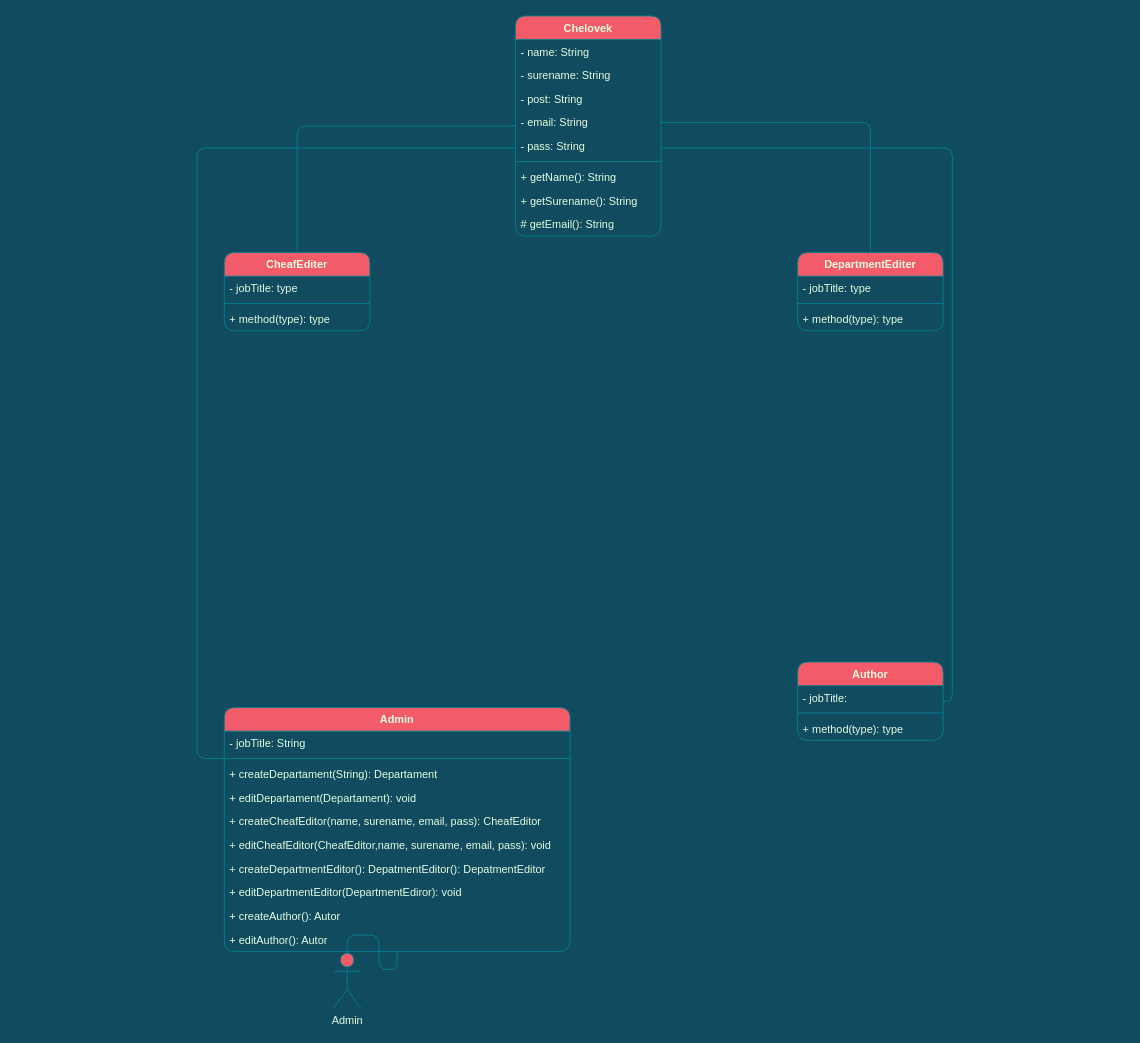
mesor21/cursovaya-web-site keeps this draw.io diagram as page "Page-2" (2 of 2) of Kursovaya_UML.drawio. Above is the earlier version. Source tidied: cells renumbered, new cells numbered last; positions are measured from the earlier drawing's top-left corner, leaving out a move shared by most shapes. Both pictures are drawn from the tidied source at 91%, with x=0, y=0 at pixel (197, 15).
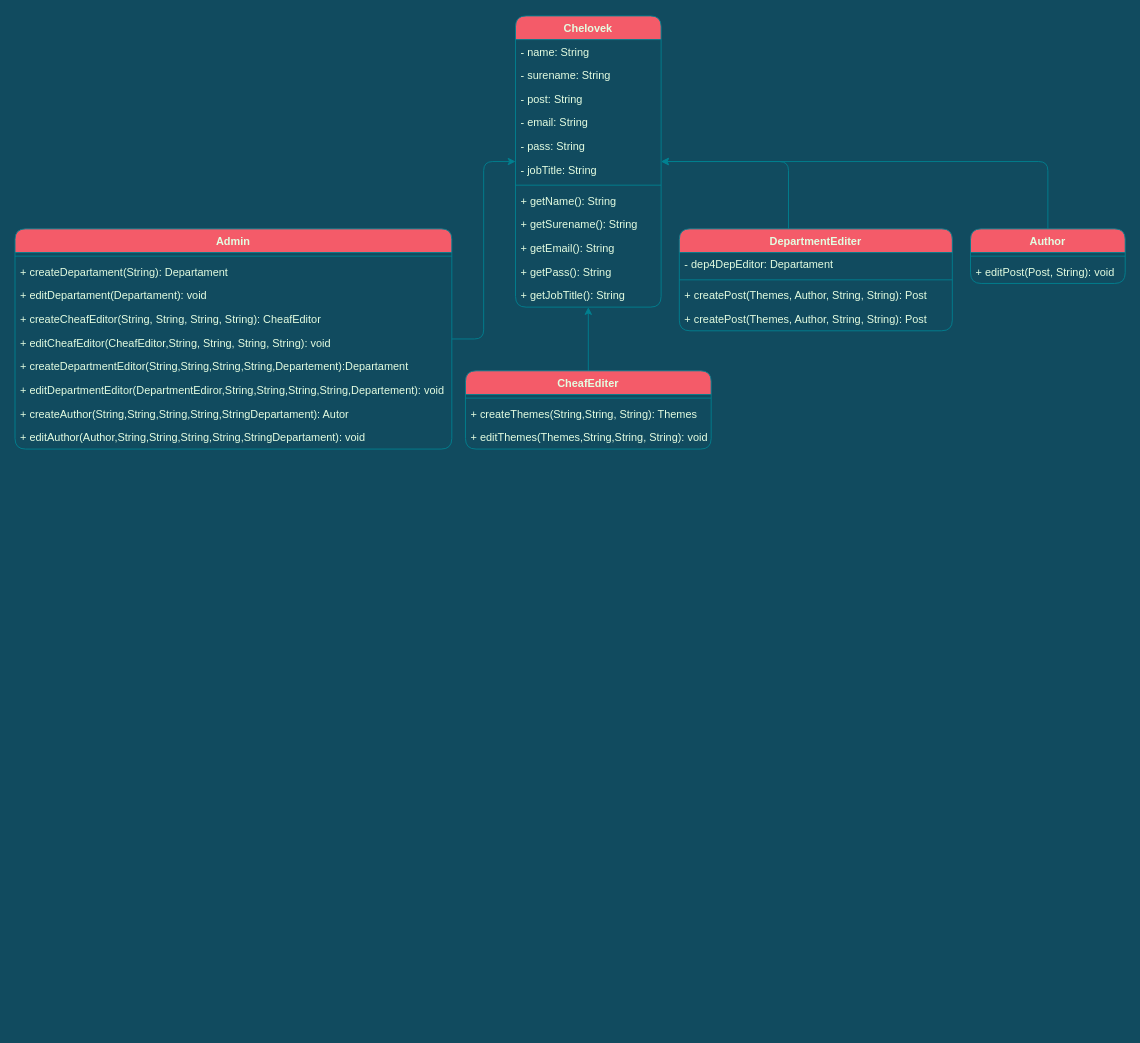
After the change.

The change refers to these unchanged cells:
```xml
<mxCell id="34" value="- email: String" style="text;strokeColor=none;fillColor=none;align=left;verticalAlign=top;spacingLeft=4;spacingRight=4;overflow=hidden;points=[[0,0.5],[1,0.5]];portConstraint=eastwest;rounded=1;fontColor=#E4FDE1;" parent="30" vertex="1">
  <mxGeometry y="104" width="160" height="26" as="geometry" />
</mxCell>
```

What changed in the source:
```diff
@@
-    <mxCell id="2" style="edgeStyle=orthogonalEdgeStyle;rounded=1;jettySize=auto;html=1;strokeColor=#028090;fontColor=#E4FDE1;endArrow=none;endFill=0;fillColor=#F45B69;" parent="1" edge="1" source="3" target="4">
-      <mxGeometry relative="1" as="geometry" />
-    </mxCell>
-    <mxCell id="3" value="Admin" style="shape=umlActor;verticalLabelPosition=bottom;verticalAlign=top;html=1;fillColor=#F45B69;strokeColor=#028090;fontColor=#E4FDE1;rounded=1;" parent="1" vertex="1">
-      <mxGeometry x="150" y="1030" width="30" height="60" as="geometry" />
-    </mxCell>
+    <mxCell id="41" style="edgeStyle=orthogonalEdgeStyle;rounded=1;jettySize=auto;html=1;strokeColor=#028090;fontColor=#E4FDE1;startArrow=none;startFill=0;endArrow=classic;endFill=1;fillColor=#F45B69;" parent="1" edge="1" source="4" target="30">
+      <mxGeometry relative="1" as="geometry" />
+    </mxCell>
     <mxCell id="4" value="Admin" style="swimlane;fontStyle=1;align=center;verticalAlign=top;horizontal=1;startSize=26;rounded=1;strokeColor=#028090;fontColor=#E4FDE1;fillColor=#F45B69;" parent="1" vertex="1">
-      <mxGeometry x="30" y="760" width="380" height="268" as="geometry" />
+      <mxGeometry x="-200" y="234" width="480" height="242" as="geometry" />
     </mxCell>
-    <mxCell id="5" value="- jobTitle: String" style="text;strokeColor=none;fillColor=none;align=left;verticalAlign=top;spacingLeft=4;spacingRight=4;overflow=hidden;rounded=1;fontColor=#E4FDE1;" parent="4" vertex="1">
-      <mxGeometry y="26" width="380" height="26" as="geometry" />
-    </mxCell>
     <mxCell id="6" style="line;strokeWidth=1;fillColor=none;align=left;verticalAlign=middle;spacingTop=-1;spacingLeft=3;spacingRight=3;labelPosition=right;strokeColor=inherit;rounded=1;fontColor=#E4FDE1;" parent="4" vertex="1">
-      <mxGeometry y="52" width="380" height="8" as="geometry" />
+      <mxGeometry y="26" width="480" height="8" as="geometry" />
     </mxCell>
     <mxCell id="7" value="+ createDepartament(String): Departament" style="text;strokeColor=none;fillColor=none;align=left;verticalAlign=top;spacingLeft=4;spacingRight=4;overflow=hidden;rounded=1;fontColor=#E4FDE1;fontStyle=0;" parent="4" vertex="1">
-      <mxGeometry y="60" width="380" height="26" as="geometry" />
+      <mxGeometry y="34" width="480" height="26" as="geometry" />
     </mxCell>
     <mxCell id="8" value="+ editDepartament(Departament): void" style="text;strokeColor=none;fillColor=none;align=left;verticalAlign=top;spacingLeft=4;spacingRight=4;overflow=hidden;rounded=1;fontColor=#E4FDE1;fontStyle=0;" parent="4" vertex="1">
-      <mxGeometry y="86" width="380" height="26" as="geometry" />
+      <mxGeometry y="60" width="480" height="26" as="geometry" />
     </mxCell>
-    <mxCell id="9" value="+ createCheafEditor(name, surename, email, pass): CheafEditor " style="text;strokeColor=none;fillColor=none;align=left;verticalAlign=top;spacingLeft=4;spacingRight=4;overflow=hidden;rounded=1;fontColor=#E4FDE1;fontStyle=0;" parent="4" vertex="1">
-      <mxGeometry y="112" width="380" height="26" as="geometry" />
+    <mxCell id="9" value="+ createCheafEditor(String, String, String, String): CheafEditor " style="text;strokeColor=none;fillColor=none;align=left;verticalAlign=top;spacingLeft=4;spacingRight=4;overflow=hidden;rounded=1;fontColor=#E4FDE1;fontStyle=0;" parent="4" vertex="1">
+      <mxGeometry y="86" width="480" height="26" as="geometry" />
     </mxCell>
-    <mxCell id="10" value="+ editCheafEditor(CheafEditor,name, surename, email, pass): void " style="text;strokeColor=none;fillColor=none;align=left;verticalAlign=top;spacingLeft=4;spacingRight=4;overflow=hidden;rounded=1;fontColor=#E4FDE1;fontStyle=0;" parent="4" vertex="1">
-      <mxGeometry y="138" width="380" height="26" as="geometry" />
+    <mxCell id="10" value="+ editCheafEditor(CheafEditor,String, String, String, String): void " style="text;strokeColor=none;fillColor=none;align=left;verticalAlign=top;spacingLeft=4;spacingRight=4;overflow=hidden;rounded=1;fontColor=#E4FDE1;fontStyle=0;" parent="4" vertex="1">
+      <mxGeometry y="112" width="480" height="26" as="geometry" />
     </mxCell>
-    <mxCell id="11" value="+ createDepartmentEditor(): DepatmentEditor(): DepatmentEditor" style="text;strokeColor=none;fillColor=none;align=left;verticalAlign=top;spacingLeft=4;spacingRight=4;overflow=hidden;rounded=1;fontColor=#E4FDE1;fontStyle=0;" parent="4" vertex="1">
-      <mxGeometry y="164" width="380" height="26" as="geometry" />
+    <mxCell id="11" value="+ createDepartmentEditor(String,String,String,String,Departement):Departament" style="text;strokeColor=none;fillColor=none;align=left;verticalAlign=top;spacingLeft=4;spacingRight=4;overflow=hidden;rounded=1;fontColor=#E4FDE1;fontStyle=0;" parent="4" vertex="1">
+      <mxGeometry y="138" width="480" height="26" as="geometry" />
     </mxCell>
-    <mxCell id="12" value="+ editDepartmentEditor(DepartmentEdiror): void " style="text;strokeColor=none;fillColor=none;align=left;verticalAlign=top;spacingLeft=4;spacingRight=4;overflow=hidden;rounded=1;fontColor=#E4FDE1;fontStyle=0;" parent="4" vertex="1">
-      <mxGeometry y="190" width="380" height="26" as="geometry" />
+    <mxCell id="12" value="+ editDepartmentEditor(DepartmentEdiror,String,String,String,String,Departement): void " style="text;strokeColor=none;fillColor=none;align=left;verticalAlign=top;spacingLeft=4;spacingRight=4;overflow=hidden;rounded=1;fontColor=#E4FDE1;fontStyle=0;" parent="4" vertex="1">
+      <mxGeometry y="164" width="480" height="26" as="geometry" />
     </mxCell>
-    <mxCell id="13" value="+ createAuthor(): Autor" style="text;strokeColor=none;fillColor=none;align=left;verticalAlign=top;spacingLeft=4;spacingRight=4;overflow=hidden;rounded=1;fontColor=#E4FDE1;fontStyle=0;" parent="4" vertex="1">
-      <mxGeometry y="216" width="380" height="26" as="geometry" />
+    <mxCell id="13" value="+ createAuthor(String,String,String,String,StringDepartament): Autor" style="text;strokeColor=none;fillColor=none;align=left;verticalAlign=top;spacingLeft=4;spacingRight=4;overflow=hidden;rounded=1;fontColor=#E4FDE1;fontStyle=0;" parent="4" vertex="1">
+      <mxGeometry y="190" width="480" height="26" as="geometry" />
     </mxCell>
-    <mxCell id="14" value="+ editAuthor(): Autor" style="text;strokeColor=none;fillColor=none;align=left;verticalAlign=top;spacingLeft=4;spacingRight=4;overflow=hidden;rounded=1;fontColor=#E4FDE1;fontStyle=0;" parent="4" vertex="1">
-      <mxGeometry y="242" width="380" height="26" as="geometry" />
+    <mxCell id="14" value="+ editAuthor(Author,String,String,String,String,StringDepartament): void" style="text;strokeColor=none;fillColor=none;align=left;verticalAlign=top;spacingLeft=4;spacingRight=4;overflow=hidden;rounded=1;fontColor=#E4FDE1;fontStyle=0;" parent="4" vertex="1">
+      <mxGeometry y="216" width="480" height="26" as="geometry" />
     </mxCell>
+    <mxCell id="42" style="edgeStyle=orthogonalEdgeStyle;rounded=1;jettySize=auto;html=1;strokeColor=#028090;fontColor=#E4FDE1;startArrow=none;startFill=0;endArrow=classic;endFill=1;fillColor=#F45B69;" parent="1" edge="1" source="15" target="30">
+      <mxGeometry relative="1" as="geometry" />
+    </mxCell>
     <mxCell id="15" value="CheafEditer" style="swimlane;fontStyle=1;align=center;verticalAlign=top;horizontal=1;startSize=26;rounded=1;strokeColor=#028090;fontColor=#E4FDE1;fillColor=#F45B69;" parent="1" vertex="1">
-      <mxGeometry x="30" y="260" width="160" height="86" as="geometry" />
+      <mxGeometry x="295" y="390" width="270" height="86" as="geometry" />
     </mxCell>
-    <mxCell id="16" value="- jobTitle: type" style="text;strokeColor=none;fillColor=none;align=left;verticalAlign=top;spacingLeft=4;spacingRight=4;overflow=hidden;rounded=1;fontColor=#E4FDE1;" parent="15" vertex="1">
-      <mxGeometry y="26" width="160" height="26" as="geometry" />
-    </mxCell>
     <mxCell id="17" style="line;strokeWidth=1;fillColor=none;align=left;verticalAlign=middle;spacingTop=-1;spacingLeft=3;spacingRight=3;labelPosition=right;strokeColor=inherit;rounded=1;fontColor=#E4FDE1;" parent="15" vertex="1">
-      <mxGeometry y="52" width="160" height="8" as="geometry" />
+      <mxGeometry y="26" width="270" height="8" as="geometry" />
     </mxCell>
-    <mxCell id="18" value="+ method(type): type" style="text;strokeColor=none;fillColor=none;align=left;verticalAlign=top;spacingLeft=4;spacingRight=4;overflow=hidden;rounded=1;fontColor=#E4FDE1;" parent="15" vertex="1">
-      <mxGeometry y="60" width="160" height="26" as="geometry" />
+    <mxCell id="18" value="+ createThemes(String,String, String): Themes" style="text;strokeColor=none;fillColor=none;align=left;verticalAlign=top;spacingLeft=4;spacingRight=4;overflow=hidden;rounded=1;fontColor=#E4FDE1;" parent="15" vertex="1">
+      <mxGeometry y="34" width="270" height="26" as="geometry" />
     </mxCell>
+    <mxCell id="43" value="+ editThemes(Themes,String,String, String): void" style="text;strokeColor=none;fillColor=none;align=left;verticalAlign=top;spacingLeft=4;spacingRight=4;overflow=hidden;rounded=1;fontColor=#E4FDE1;" parent="15" vertex="1">
+      <mxGeometry y="60" width="270" height="26" as="geometry" />
+    </mxCell>
+    <mxCell id="44" style="edgeStyle=orthogonalEdgeStyle;rounded=1;jettySize=auto;html=1;strokeColor=#028090;fontColor=#E4FDE1;startArrow=none;startFill=0;endArrow=classic;endFill=1;fillColor=#F45B69;" parent="1" edge="1" source="19" target="30">
+      <mxGeometry relative="1" as="geometry">
+        <Array as="points">
+          <mxPoint x="650" y="160" />
+        </Array>
+      </mxGeometry>
+    </mxCell>
     <mxCell id="19" value="DepartmentEditer" style="swimlane;fontStyle=1;align=center;verticalAlign=top;horizontal=1;startSize=26;rounded=1;strokeColor=#028090;fontColor=#E4FDE1;fillColor=#F45B69;" parent="1" vertex="1">
-      <mxGeometry x="660" y="260" width="160" height="86" as="geometry" />
+      <mxGeometry x="530" y="234" width="300" height="112" as="geometry" />
     </mxCell>
-    <mxCell id="20" value="- jobTitle: type" style="text;strokeColor=none;fillColor=none;align=left;verticalAlign=top;spacingLeft=4;spacingRight=4;overflow=hidden;rounded=1;fontColor=#E4FDE1;" parent="19" vertex="1">
-      <mxGeometry y="26" width="160" height="26" as="geometry" />
-    </mxCell>
+    <mxCell id="45" value="- dep4DepEditor: Departament" style="text;strokeColor=none;fillColor=none;align=left;verticalAlign=top;spacingLeft=4;spacingRight=4;overflow=hidden;rounded=1;fontColor=#E4FDE1;" parent="19" vertex="1">
+      <mxGeometry y="26" width="300" height="26" as="geometry" />
+    </mxCell>
     <mxCell id="21" style="line;strokeWidth=1;fillColor=none;align=left;verticalAlign=middle;spacingTop=-1;spacingLeft=3;spacingRight=3;labelPosition=right;strokeColor=inherit;rounded=1;fontColor=#E4FDE1;" parent="19" vertex="1">
-      <mxGeometry y="52" width="160" height="8" as="geometry" />
+      <mxGeometry y="52" width="300" height="8" as="geometry" />
     </mxCell>
-    <mxCell id="22" value="+ method(type): type" style="text;strokeColor=none;fillColor=none;align=left;verticalAlign=top;spacingLeft=4;spacingRight=4;overflow=hidden;rounded=1;fontColor=#E4FDE1;" parent="19" vertex="1">
-      <mxGeometry y="60" width="160" height="26" as="geometry" />
+    <mxCell id="22" value="+ createPost(Themes, Author, String, String): Post" style="text;strokeColor=none;fillColor=none;align=left;verticalAlign=top;spacingLeft=4;spacingRight=4;overflow=hidden;rounded=1;fontColor=#E4FDE1;" parent="19" vertex="1">
+      <mxGeometry y="60" width="300" height="26" as="geometry" />
     </mxCell>
+    <mxCell id="46" value="+ createPost(Themes, Author, String, String): Post" style="text;strokeColor=none;fillColor=none;align=left;verticalAlign=top;spacingLeft=4;spacingRight=4;overflow=hidden;rounded=1;fontColor=#E4FDE1;" parent="19" vertex="1">
+      <mxGeometry y="86" width="300" height="26" as="geometry" />
+    </mxCell>
+    <mxCell id="47" style="edgeStyle=orthogonalEdgeStyle;rounded=1;jettySize=auto;html=1;strokeColor=#028090;fontColor=#E4FDE1;startArrow=none;startFill=0;endArrow=classic;endFill=1;fillColor=#F45B69;" parent="1" edge="1" source="23" target="30">
+      <mxGeometry relative="1" as="geometry">
+        <Array as="points">
+          <mxPoint x="935" y="160" />
+        </Array>
+      </mxGeometry>
+    </mxCell>
     <mxCell id="23" value="Author" style="swimlane;fontStyle=1;align=center;verticalAlign=top;horizontal=1;startSize=26;rounded=1;strokeColor=#028090;fontColor=#E4FDE1;fillColor=#F45B69;" parent="1" vertex="1">
-      <mxGeometry x="660" y="710" width="160" height="86" as="geometry" />
+      <mxGeometry x="850" y="234" width="170" height="60" as="geometry" />
     </mxCell>
-    <mxCell id="24" value="- jobTitle: " style="text;strokeColor=none;fillColor=none;align=left;verticalAlign=top;spacingLeft=4;spacingRight=4;overflow=hidden;rounded=1;fontColor=#E4FDE1;" parent="23" vertex="1">
-      <mxGeometry y="26" width="160" height="26" as="geometry" />
-    </mxCell>
     <mxCell id="25" style="line;strokeWidth=1;fillColor=none;align=left;verticalAlign=middle;spacingTop=-1;spacingLeft=3;spacingRight=3;labelPosition=right;strokeColor=inherit;rounded=1;fontColor=#E4FDE1;" parent="23" vertex="1">
-      <mxGeometry y="52" width="160" height="8" as="geometry" />
+      <mxGeometry y="26" width="170" height="8" as="geometry" />
     </mxCell>
-    <mxCell id="26" value="+ method(type): type" style="text;strokeColor=none;fillColor=none;align=left;verticalAlign=top;spacingLeft=4;spacingRight=4;overflow=hidden;rounded=1;fontColor=#E4FDE1;" parent="23" vertex="1">
-      <mxGeometry y="60" width="160" height="26" as="geometry" />
+    <mxCell id="26" value="+ editPost(Post, String): void" style="text;strokeColor=none;fillColor=none;align=left;verticalAlign=top;spacingLeft=4;spacingRight=4;overflow=hidden;rounded=1;fontColor=#E4FDE1;" parent="23" vertex="1">
+      <mxGeometry y="34" width="170" height="26" as="geometry" />
     </mxCell>
-    <mxCell id="27" style="edgeStyle=orthogonalEdgeStyle;rounded=1;jettySize=auto;html=1;strokeColor=#028090;fontColor=#E4FDE1;endArrow=none;endFill=0;fillColor=#F45B69;" parent="1" edge="1" source="30" target="15">
-      <mxGeometry relative="1" as="geometry" />
-    </mxCell>
-    <mxCell id="28" style="edgeStyle=orthogonalEdgeStyle;rounded=1;jettySize=auto;html=1;strokeColor=#028090;fontColor=#E4FDE1;endArrow=none;endFill=0;fillColor=#F45B69;" parent="1" edge="1" source="30" target="4">
-      <mxGeometry relative="1" as="geometry">
-        <Array as="points">
-          <mxPoint y="145" />
-          <mxPoint y="816" />
-        </Array>
-      </mxGeometry>
-    </mxCell>
-    <mxCell id="29" style="edgeStyle=orthogonalEdgeStyle;rounded=1;jettySize=auto;html=1;strokeColor=#028090;fontColor=#E4FDE1;endArrow=none;endFill=0;fillColor=#F45B69;" parent="1" edge="1" source="30" target="23">
-      <mxGeometry relative="1" as="geometry">
-        <Array as="points">
-          <mxPoint x="830" y="145" />
-          <mxPoint x="830" y="753" />
-        </Array>
-      </mxGeometry>
-    </mxCell>
     <mxCell id="30" value="Chelovek" style="swimlane;fontStyle=1;align=center;verticalAlign=top;horizontal=1;startSize=26;rounded=1;strokeColor=#028090;fontColor=#E4FDE1;fillColor=#F45B69;" parent="1" vertex="1">
-      <mxGeometry x="350" width="160" height="242" as="geometry" />
+      <mxGeometry x="350" width="160" height="320" as="geometry" />
     </mxCell>
@@
+    <mxCell id="5" value="- jobTitle: String" style="text;strokeColor=none;fillColor=none;align=left;verticalAlign=top;spacingLeft=4;spacingRight=4;overflow=hidden;rounded=1;fontColor=#E4FDE1;" parent="30" vertex="1">
+      <mxGeometry y="156" width="160" height="26" as="geometry" />
+    </mxCell>
     <mxCell id="36" style="line;strokeWidth=1;fillColor=none;align=left;verticalAlign=middle;spacingTop=-1;spacingLeft=3;spacingRight=3;labelPosition=right;strokeColor=inherit;rounded=1;fontColor=#E4FDE1;" parent="30" vertex="1">
-      <mxGeometry y="156" width="160" height="8" as="geometry" />
+      <mxGeometry y="182" width="160" height="8" as="geometry" />
     </mxCell>
     <mxCell id="37" value="+ getName(): String" style="text;strokeColor=none;fillColor=none;align=left;verticalAlign=top;spacingLeft=4;spacingRight=4;overflow=hidden;rounded=1;fontColor=#E4FDE1;" parent="30" vertex="1">
-      <mxGeometry y="164" width="160" height="26" as="geometry" />
+      <mxGeometry y="190" width="160" height="26" as="geometry" />
     </mxCell>
     <mxCell id="38" value="+ getSurename(): String" style="text;strokeColor=none;fillColor=none;align=left;verticalAlign=top;spacingLeft=4;spacingRight=4;overflow=hidden;rounded=1;fontColor=#E4FDE1;" parent="30" vertex="1">
-      <mxGeometry y="190" width="160" height="26" as="geometry" />
+      <mxGeometry y="216" width="160" height="26" as="geometry" />
     </mxCell>
-    <mxCell id="39" value="# getEmail(): String" style="text;strokeColor=none;fillColor=none;align=left;verticalAlign=top;spacingLeft=4;spacingRight=4;overflow=hidden;rounded=1;fontColor=#E4FDE1;" parent="30" vertex="1">
-      <mxGeometry y="216" width="160" height="26" as="geometry" />
+    <mxCell id="39" value="+ getEmail(): String" style="text;strokeColor=none;fillColor=none;align=left;verticalAlign=top;spacingLeft=4;spacingRight=4;overflow=hidden;rounded=1;fontColor=#E4FDE1;" parent="30" vertex="1">
+      <mxGeometry y="242" width="160" height="26" as="geometry" />
     </mxCell>
-    <mxCell id="40" style="edgeStyle=orthogonalEdgeStyle;rounded=1;jettySize=auto;html=1;strokeColor=#028090;fontColor=#E4FDE1;endArrow=none;endFill=0;fillColor=#F45B69;" parent="1" edge="1" source="34" target="19">
-      <mxGeometry relative="1" as="geometry" />
-    </mxCell>
+    <mxCell id="48" value="+ getPass(): String" style="text;strokeColor=none;fillColor=none;align=left;verticalAlign=top;spacingLeft=4;spacingRight=4;overflow=hidden;rounded=1;fontColor=#E4FDE1;" parent="30" vertex="1">
+      <mxGeometry y="268" width="160" height="26" as="geometry" />
+    </mxCell>
+    <mxCell id="49" value="+ getJobTitle(): String" style="text;strokeColor=none;fillColor=none;align=left;verticalAlign=top;spacingLeft=4;spacingRight=4;overflow=hidden;rounded=1;fontColor=#E4FDE1;" parent="30" vertex="1">
+      <mxGeometry y="294" width="160" height="26" as="geometry" />
+    </mxCell>
```
